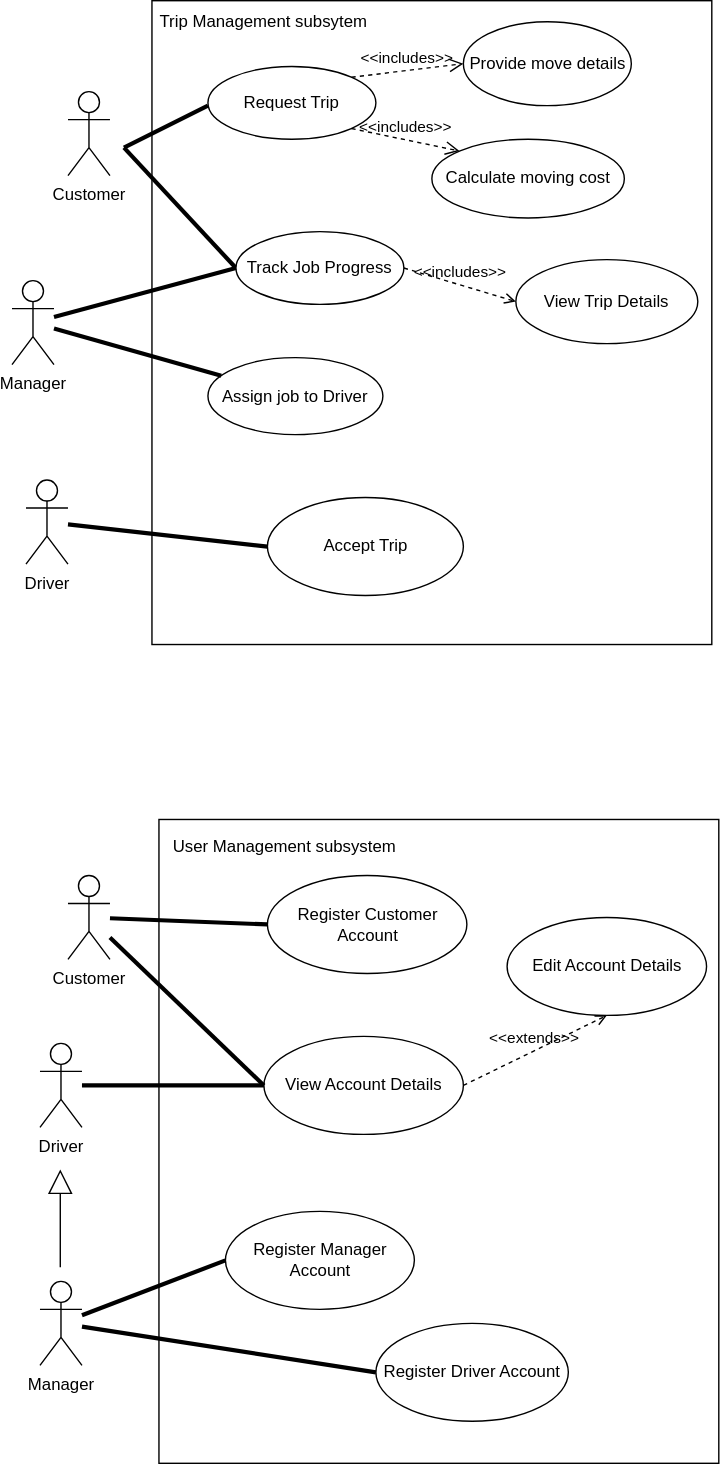
Above: draft1.drawio.svg in KarenM-tech/diagrams (draw.io), before the change. Source tidied: cells renumbered, new cells last; positions are measured from the earlier drawing's top-left corner, leaving out a move shared by most shapes.
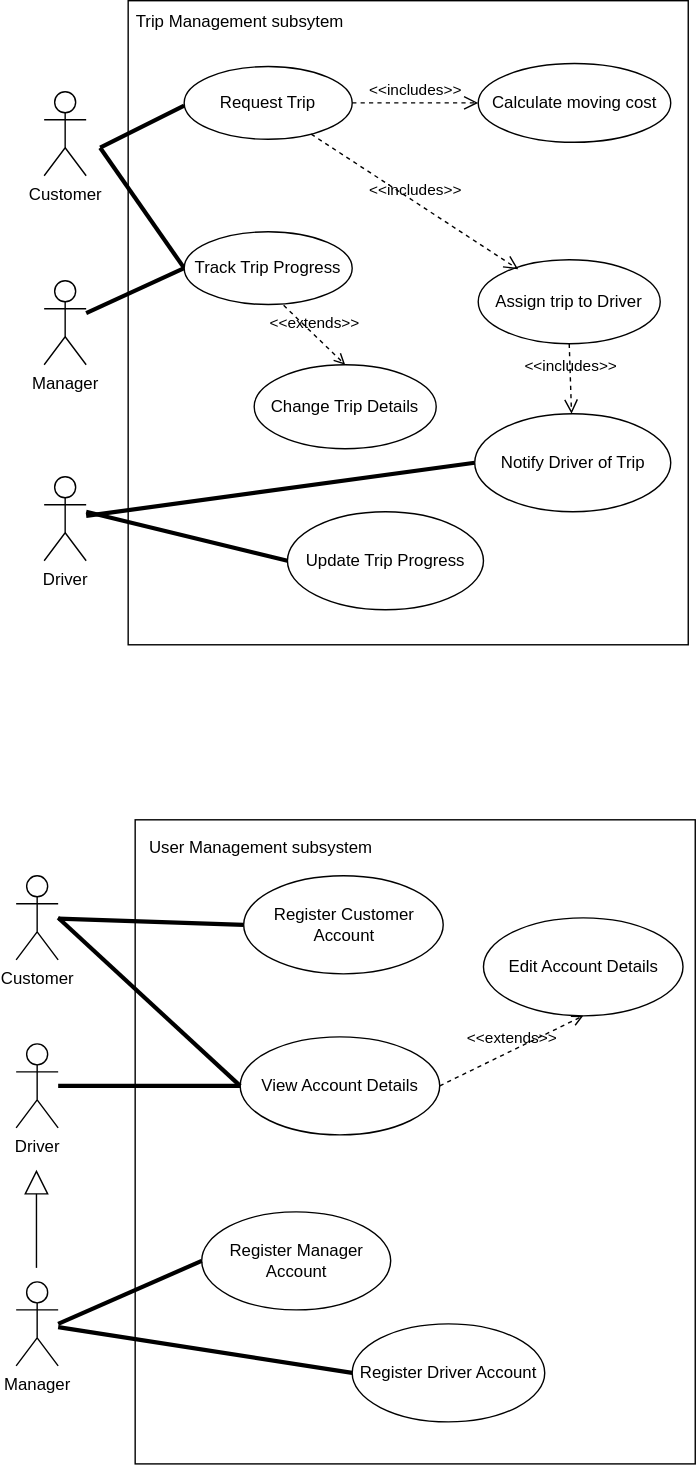
After the change.

Commit message:
Update Subsystems to add more functionality

The edit, as a diff of the source:
```diff
@@ -9,65 +9,53 @@
       <mxGeometry x="90" y="5" width="180" height="20" as="geometry" />
     </mxCell>
     <mxCell id="4" value="Driver" style="shape=umlActor;verticalLabelPosition=bottom;verticalAlign=top;html=1;" parent="1" vertex="1">
-      <mxGeometry x="10" y="342.5" width="30" height="60" as="geometry" />
+      <mxGeometry x="40" y="340" width="30" height="60" as="geometry" />
     </mxCell>
     <mxCell id="5" value="Manager" style="shape=umlActor;verticalLabelPosition=bottom;verticalAlign=top;html=1;" parent="1" vertex="1">
-      <mxGeometry y="200" width="30" height="60" as="geometry" />
+      <mxGeometry x="40" y="200" width="30" height="60" as="geometry" />
     </mxCell>
     <mxCell id="6" value="Customer" style="shape=umlActor;verticalLabelPosition=bottom;verticalAlign=top;html=1;" parent="1" vertex="1">
       <mxGeometry x="40" y="65" width="30" height="60" as="geometry" />
     </mxCell>
-    <mxCell id="7" value="Accept Trip" style="ellipse;whiteSpace=wrap;html=1;" parent="1" vertex="1">
-      <mxGeometry x="182.5" y="355" width="140" height="70" as="geometry" />
+    <mxCell id="7" value="Notify Driver of Trip" style="ellipse;whiteSpace=wrap;html=1;" parent="1" vertex="1">
+      <mxGeometry x="347.5" y="295" width="140" height="70" as="geometry" />
     </mxCell>
     <mxCell id="8" value="Request Trip" style="ellipse;whiteSpace=wrap;html=1;" parent="1" vertex="1">
       <mxGeometry x="140" y="47" width="120" height="52" as="geometry" />
     </mxCell>
-    <mxCell id="9" value="Provide move details " style="ellipse;whiteSpace=wrap;html=1;" parent="1" vertex="1">
-      <mxGeometry x="322.5" y="15" width="120" height="60" as="geometry" />
-    </mxCell>
     <mxCell id="10" style="endArrow=none;startArrow=none;endFill=0;startFill=0;endSize=8;html=1;verticalAlign=bottom;labelBackgroundColor=none;strokeWidth=3;rounded=0;" parent="1" edge="1">
       <mxGeometry relative="1" as="geometry">
         <mxPoint x="80" y="105" as="sourcePoint" />
         <mxPoint x="140" y="75" as="targetPoint" />
       </mxGeometry>
     </mxCell>
-    <mxCell id="11" value="&amp;lt;&amp;lt;includes&amp;gt;&amp;gt;" style="endArrow=open;startArrow=none;endFill=0;startFill=0;endSize=8;html=1;verticalAlign=bottom;dashed=1;labelBackgroundColor=none;rounded=0;entryX=0;entryY=0.5;entryDx=0;entryDy=0;exitX=1;exitY=0;exitDx=0;exitDy=0;" parent="1" edge="1" source="8" target="9">
-      <mxGeometry relative="1" as="geometry" />
-    </mxCell>
     <mxCell id="12" value="Calculate moving cost" style="ellipse;whiteSpace=wrap;html=1;" parent="1" vertex="1">
-      <mxGeometry x="300" y="99" width="137.5" height="56.2" as="geometry" />
+      <mxGeometry x="350" y="44.9" width="137.5" height="56.2" as="geometry" />
     </mxCell>
-    <mxCell id="13" value="Assign job to Driver" style="ellipse;whiteSpace=wrap;html=1;" parent="1" vertex="1">
-      <mxGeometry x="140" y="255" width="125" height="55" as="geometry" />
-    </mxCell>
     <mxCell id="14" style="endArrow=none;startArrow=none;endFill=0;startFill=0;endSize=8;html=1;verticalAlign=bottom;labelBackgroundColor=none;strokeWidth=3;rounded=0;entryX=0;entryY=0.5;entryDx=0;entryDy=0;" parent="1" edge="1" target="15">
       <mxGeometry relative="1" as="geometry">
         <mxPoint x="80" y="105" as="sourcePoint" />
       </mxGeometry>
     </mxCell>
-    <mxCell id="15" value="Track Job Progress" style="ellipse;whiteSpace=wrap;html=1;" parent="1" vertex="1">
-      <mxGeometry x="160" y="165" width="120" height="52" as="geometry" />
+    <mxCell id="15" value="Track Trip Progress" style="ellipse;whiteSpace=wrap;html=1;" parent="1" vertex="1">
+      <mxGeometry x="140" y="165" width="120" height="52" as="geometry" />
     </mxCell>
     <mxCell id="16" style="endArrow=none;startArrow=none;endFill=0;startFill=0;endSize=8;html=1;verticalAlign=bottom;labelBackgroundColor=none;strokeWidth=3;rounded=0;exitX=0;exitY=0.5;exitDx=0;exitDy=0;" parent="1" edge="1" source="15" target="5">
       <mxGeometry relative="1" as="geometry" />
     </mxCell>
-    <mxCell id="17" style="endArrow=none;startArrow=none;endFill=0;startFill=0;endSize=8;html=1;verticalAlign=bottom;labelBackgroundColor=none;strokeWidth=3;rounded=0;" parent="1" edge="1" source="13" target="5">
-      <mxGeometry relative="1" as="geometry" />
-    </mxCell>
     <mxCell id="18" style="endArrow=none;startArrow=none;endFill=0;startFill=0;endSize=8;html=1;verticalAlign=bottom;labelBackgroundColor=none;strokeWidth=3;rounded=0;entryX=0;entryY=0.5;entryDx=0;entryDy=0;" parent="1" edge="1" source="4" target="7">
       <mxGeometry relative="1" as="geometry" />
     </mxCell>
-    <mxCell id="19" value="View Trip Details" style="ellipse;whiteSpace=wrap;html=1;" parent="1" vertex="1">
-      <mxGeometry x="360" y="185" width="130" height="60" as="geometry" />
+    <mxCell id="19" value="Change Trip Details" style="ellipse;whiteSpace=wrap;html=1;" parent="1" vertex="1">
+      <mxGeometry x="190" y="260" width="130" height="60" as="geometry" />
     </mxCell>
-    <mxCell id="20" value="&amp;lt;&amp;lt;includes&amp;gt;&amp;gt;" style="endArrow=open;html=1;rounded=0;align=center;verticalAlign=bottom;dashed=1;endFill=0;labelBackgroundColor=none;exitX=1;exitY=0.5;exitDx=0;exitDy=0;entryX=0;entryY=0.5;entryDx=0;entryDy=0;" parent="1" edge="1" source="15" target="19">
+    <mxCell id="20" value="&amp;lt;&amp;lt;extends&amp;gt;&amp;gt;" style="endArrow=open;html=1;rounded=0;align=center;verticalAlign=bottom;dashed=1;endFill=0;labelBackgroundColor=none;exitX=0.592;exitY=1.011;exitDx=0;exitDy=0;entryX=0.5;entryY=0;entryDx=0;entryDy=0;exitPerimeter=0;" parent="1" edge="1" source="15" target="19">
       <mxGeometry relative="1" as="geometry" />
     </mxCell>
     <mxCell id="21" style="html=1;align=center;verticalAlign=top;labelBackgroundColor=none;" parent="20" vertex="1">
       <mxGeometry relative="1" as="geometry" />
     </mxCell>
-    <mxCell id="22" value="&amp;lt;&amp;lt;includes&amp;gt;&amp;gt;" style="endArrow=open;startArrow=none;endFill=0;startFill=0;endSize=8;html=1;verticalAlign=bottom;dashed=1;labelBackgroundColor=none;rounded=0;exitX=1;exitY=1;exitDx=0;exitDy=0;entryX=0;entryY=0;entryDx=0;entryDy=0;" parent="1" edge="1" source="8" target="12">
+    <mxCell id="22" value="&amp;lt;&amp;lt;includes&amp;gt;&amp;gt;" style="endArrow=open;startArrow=none;endFill=0;startFill=0;endSize=8;html=1;verticalAlign=bottom;dashed=1;labelBackgroundColor=none;rounded=0;exitX=1;exitY=0.5;exitDx=0;exitDy=0;entryX=0;entryY=0.5;entryDx=0;entryDy=0;" parent="1" edge="1" source="8" target="12">
       <mxGeometry relative="1" as="geometry" />
     </mxCell>
     <mxCell id="23" style="rounded=0;whiteSpace=wrap;html=1;rotation=-180;direction=south;" parent="1" vertex="1">
@@ -83,7 +71,7 @@
       <mxGeometry x="20" y="915" width="30" height="60" as="geometry" />
     </mxCell>
     <mxCell id="27" value="Customer" style="shape=umlActor;verticalLabelPosition=bottom;verticalAlign=top;html=1;" parent="1" vertex="1">
-      <mxGeometry x="40" y="625" width="30" height="60" as="geometry" />
+      <mxGeometry x="20" y="625" width="30" height="60" as="geometry" />
     </mxCell>
     <mxCell id="28" value="Register Customer Account" style="ellipse;whiteSpace=wrap;html=1;" parent="1" vertex="1">
       <mxGeometry x="182.5" y="625" width="142.5" height="70" as="geometry" />
@@ -94,8 +82,10 @@
     <mxCell id="30" value="Register Driver Account" style="ellipse;whiteSpace=wrap;html=1;" parent="1" vertex="1">
       <mxGeometry x="260" y="945" width="137.5" height="70" as="geometry" />
     </mxCell>
-    <mxCell id="31" style="endArrow=none;html=1;rounded=0;entryX=0;entryY=0.5;entryDx=0;entryDy=0;strokeWidth=3;" parent="1" edge="1" source="26" target="29">
-      <mxGeometry relative="1" as="geometry" />
+    <mxCell id="31" style="endArrow=none;html=1;rounded=0;entryX=0;entryY=0.5;entryDx=0;entryDy=0;strokeWidth=3;" parent="1" edge="1" target="29">
+      <mxGeometry relative="1" as="geometry">
+        <mxPoint x="50" y="945" as="sourcePoint" />
+      </mxGeometry>
     </mxCell>
     <mxCell id="32" style="endArrow=none;html=1;rounded=0;entryX=0;entryY=0.5;entryDx=0;entryDy=0;strokeWidth=3;" parent="1" edge="1" source="27" target="28">
       <mxGeometry relative="1" as="geometry" />
@@ -109,8 +99,10 @@
     <mxCell id="35" style="endArrow=none;html=1;rounded=0;entryX=0;entryY=0.5;entryDx=0;entryDy=0;strokeWidth=3;" parent="1" edge="1" source="25" target="34">
       <mxGeometry relative="1" as="geometry" />
     </mxCell>
-    <mxCell id="36" style="endArrow=none;html=1;rounded=0;entryX=0;entryY=0.5;entryDx=0;entryDy=0;strokeWidth=3;" parent="1" edge="1" source="27" target="34">
-      <mxGeometry relative="1" as="geometry" />
+    <mxCell id="36" style="endArrow=none;html=1;rounded=0;entryX=0;entryY=0.5;entryDx=0;entryDy=0;strokeWidth=3;" parent="1" edge="1" target="34">
+      <mxGeometry relative="1" as="geometry">
+        <mxPoint x="50" y="655" as="sourcePoint" />
+      </mxGeometry>
     </mxCell>
     <mxCell id="37" style="endArrow=block;html=1;rounded=0;endFill=0;endSize=15;" parent="1" edge="1">
       <mxGeometry relative="1" as="geometry">
@@ -127,5 +119,22 @@
     <mxCell id="40" style="html=1;align=center;verticalAlign=top;labelBackgroundColor=none;" parent="39" vertex="1">
       <mxGeometry relative="1" as="geometry" />
     </mxCell>
+    <mxCell id="41" value="Assign trip to Driver" style="ellipse;whiteSpace=wrap;html=1;" parent="1" vertex="1">
+      <mxGeometry x="350" y="185" width="130" height="60" as="geometry" />
+    </mxCell>
+    <mxCell id="42" value="&amp;lt;&amp;lt;includes&amp;gt;&amp;gt;" style="endArrow=open;startArrow=none;endFill=0;startFill=0;endSize=8;html=1;verticalAlign=bottom;dashed=1;labelBackgroundColor=none;rounded=0;exitX=0.756;exitY=0.929;exitDx=0;exitDy=0;entryX=0.22;entryY=0.114;entryDx=0;entryDy=0;exitPerimeter=0;entryPerimeter=0;" parent="1" edge="1" source="8" target="41">
+      <mxGeometry relative="1" as="geometry" />
+    </mxCell>
+    <mxCell id="43" value="&amp;lt;&amp;lt;includes&amp;gt;&amp;gt;" style="endArrow=open;startArrow=none;endFill=0;startFill=0;endSize=8;html=1;verticalAlign=bottom;dashed=1;labelBackgroundColor=none;rounded=0;exitX=0.5;exitY=1;exitDx=0;exitDy=0;" parent="1" edge="1" source="41" target="7">
+      <mxGeometry relative="1" as="geometry" />
+    </mxCell>
+    <mxCell id="44" value="Update Trip Progress" style="ellipse;whiteSpace=wrap;html=1;" parent="1" vertex="1">
+      <mxGeometry x="213.8" y="365" width="140" height="70" as="geometry" />
+    </mxCell>
+    <mxCell id="45" style="endArrow=none;startArrow=none;endFill=0;startFill=0;endSize=8;html=1;verticalAlign=bottom;labelBackgroundColor=none;strokeWidth=3;rounded=0;entryX=0;entryY=0.5;entryDx=0;entryDy=0;" parent="1" edge="1" target="44">
+      <mxGeometry relative="1" as="geometry">
+        <mxPoint x="70" y="365" as="sourcePoint" />
+      </mxGeometry>
+    </mxCell>
   </root>
 </mxGraphModel>
```
